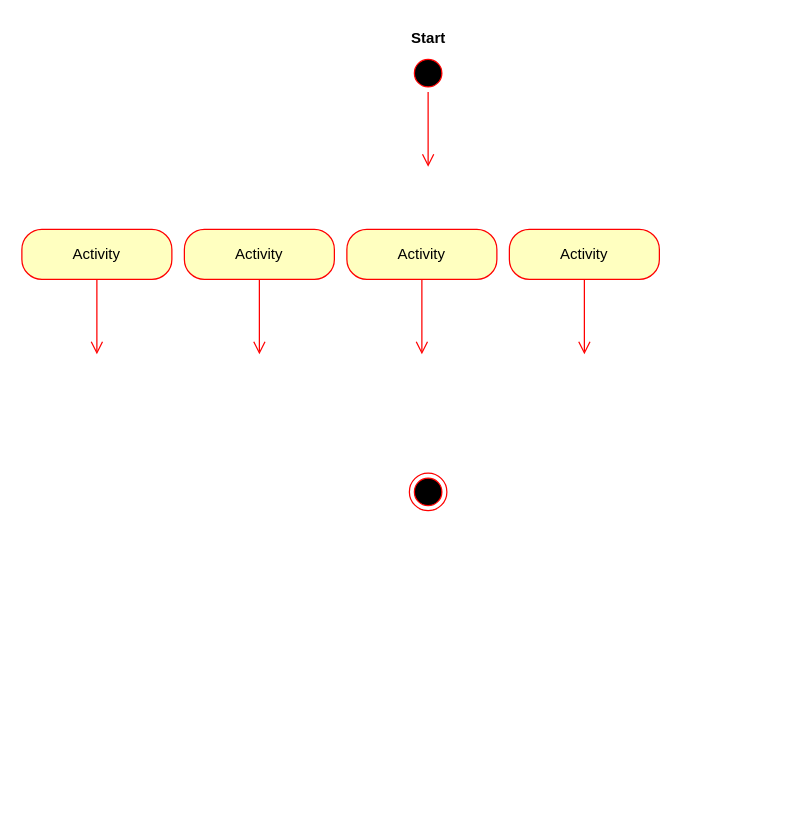
This is Project - Agile Software Engineering Diagram 4.drawio from Matasem-h/SimpleFlowcharts, a draw.io file, before an edit. Source tidied: cells renumbered, new cells numbered last; positions are measured from the earlier drawing's top-left corner, leaving out a move shared by most shapes. Both pictures are drawn from the tidied source at 125%, with x=0, y=0 at pixel (21, 21).
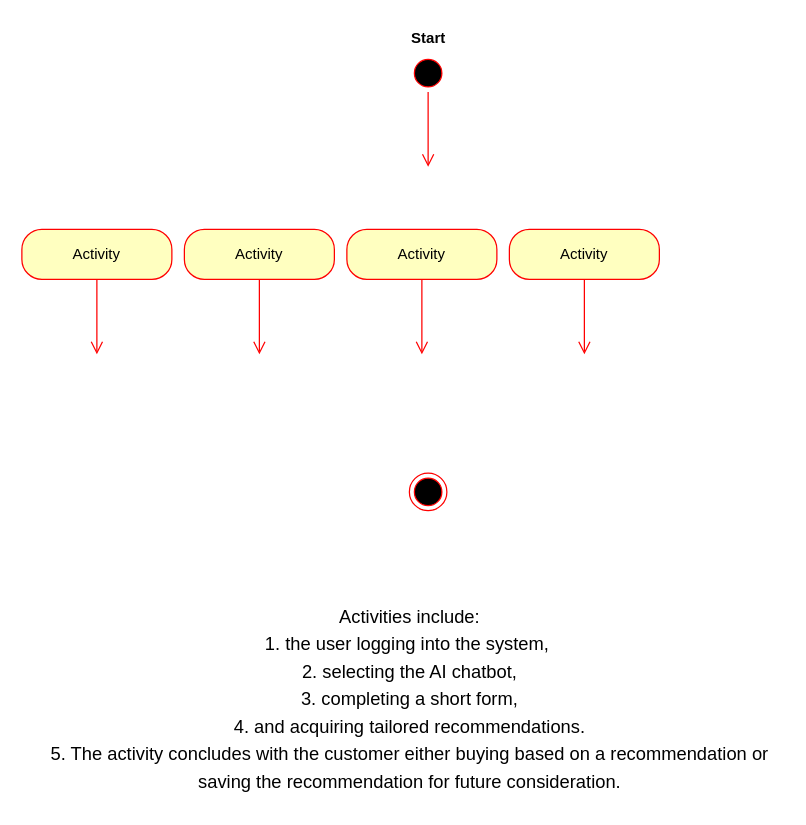
Above is the later version.

Change to the diagram source:
```diff
@@
 <mxGraphModel>
   <root>
     <mxCell id="0" />
     <mxCell id="1" parent="0" />
     <mxCell id="2" style="ellipse;html=1;shape=endState;fillColor=#000000;strokeColor=#ff0000;" parent="1" vertex="1">
       <mxGeometry x="310" y="361" width="30" height="30" as="geometry" />
     </mxCell>
     <mxCell id="3" style="ellipse;html=1;shape=startState;fillColor=#000000;strokeColor=#ff0000;" parent="1" vertex="1">
       <mxGeometry x="310" y="26" width="30" height="30" as="geometry" />
     </mxCell>
     <mxCell id="4" style="edgeStyle=orthogonalEdgeStyle;html=1;verticalAlign=bottom;endArrow=open;endSize=8;strokeColor=#ff0000;rounded=0;" parent="1" edge="1" source="3">
       <mxGeometry relative="1" as="geometry">
         <mxPoint x="325" y="116" as="targetPoint" />
       </mxGeometry>
     </mxCell>
     <mxCell id="5" value="Start" style="text;align=center;fontStyle=1;verticalAlign=middle;spacingLeft=3;spacingRight=3;strokeColor=none;html=1;" parent="1" vertex="1">
       <mxGeometry x="285" width="80" height="26" as="geometry" />
     </mxCell>
     <mxCell id="6" value="Activity" style="rounded=1;whiteSpace=wrap;html=1;arcSize=40;fontColor=#000000;fillColor=#ffffc0;strokeColor=#ff0000;" parent="1" vertex="1">
       <mxGeometry y="166" width="120" height="40" as="geometry" />
     </mxCell>
     <mxCell id="7" style="edgeStyle=orthogonalEdgeStyle;html=1;verticalAlign=bottom;endArrow=open;endSize=8;strokeColor=#ff0000;rounded=0;" parent="1" edge="1" source="6">
       <mxGeometry relative="1" as="geometry">
         <mxPoint x="60" y="266" as="targetPoint" />
       </mxGeometry>
     </mxCell>
     <mxCell id="8" value="Activity" style="rounded=1;whiteSpace=wrap;html=1;arcSize=40;fontColor=#000000;fillColor=#ffffc0;strokeColor=#ff0000;" parent="1" vertex="1">
       <mxGeometry x="130" y="166" width="120" height="40" as="geometry" />
     </mxCell>
     <mxCell id="9" style="edgeStyle=orthogonalEdgeStyle;html=1;verticalAlign=bottom;endArrow=open;endSize=8;strokeColor=#ff0000;rounded=0;" parent="1" edge="1" source="8">
       <mxGeometry relative="1" as="geometry">
         <mxPoint x="190" y="266" as="targetPoint" />
       </mxGeometry>
     </mxCell>
     <mxCell id="10" value="Activity" style="rounded=1;whiteSpace=wrap;html=1;arcSize=40;fontColor=#000000;fillColor=#ffffc0;strokeColor=#ff0000;" parent="1" vertex="1">
       <mxGeometry x="390" y="166" width="120" height="40" as="geometry" />
     </mxCell>
     <mxCell id="11" style="edgeStyle=orthogonalEdgeStyle;html=1;verticalAlign=bottom;endArrow=open;endSize=8;strokeColor=#ff0000;rounded=0;" parent="1" edge="1" source="10">
       <mxGeometry relative="1" as="geometry">
         <mxPoint x="450" y="266" as="targetPoint" />
       </mxGeometry>
     </mxCell>
     <mxCell id="12" value="Activity" style="rounded=1;whiteSpace=wrap;html=1;arcSize=40;fontColor=#000000;fillColor=#ffffc0;strokeColor=#ff0000;" parent="1" vertex="1">
       <mxGeometry x="260" y="166" width="120" height="40" as="geometry" />
     </mxCell>
     <mxCell id="13" style="edgeStyle=orthogonalEdgeStyle;html=1;verticalAlign=bottom;endArrow=open;endSize=8;strokeColor=#ff0000;rounded=0;" parent="1" edge="1" source="12">
       <mxGeometry relative="1" as="geometry">
         <mxPoint x="320" y="266" as="targetPoint" />
       </mxGeometry>
     </mxCell>
+    <mxCell id="14" value="&lt;div&gt;&lt;span style=&quot;font-size: 11pt; line-height: 150%; color: black;&quot;&gt;Activities include:&lt;/span&gt;&lt;/div&gt;&lt;div&gt;&lt;span style=&quot;font-size: 11pt; line-height: 150%; color: black;&quot;&gt;1. the user logging into the system,&amp;nbsp;&lt;/span&gt;&lt;/div&gt;&lt;div&gt;&lt;span style=&quot;font-size: 11pt; line-height: 150%; color: black;&quot;&gt;2. &lt;/span&gt;&lt;span style=&quot;font-size: 11pt; line-height: 150%; color: black;&quot;&gt;selecting the AI &lt;/span&gt;&lt;span style=&quot;font-size: 11pt; line-height: 150%; color: black;&quot;&gt;chatbot,&lt;/span&gt;&lt;/div&gt;&lt;div&gt;&lt;span style=&quot;font-size: 11pt; line-height: 150%; color: black;&quot;&gt;&amp;nbsp;3. completing a short form,&amp;nbsp;&lt;/span&gt;&lt;/div&gt;&lt;div&gt;&lt;span style=&quot;font-size: 11pt; line-height: 150%; color: black;&quot;&gt;4. and acquiring tailored recommendations.&lt;/span&gt;&lt;/div&gt;&lt;div&gt;&lt;span style=&quot;font-size: 11pt; line-height: 150%; color: black;&quot;&gt;5. The &lt;/span&gt;&lt;span style=&quot;font-size: 11pt; line-height: 150%; color: black;&quot;&gt;activity concludes with the customer either buying based on a recommendation or&lt;/span&gt;&lt;/div&gt;&lt;span style=&quot;font-size: 11pt; line-height: 150%; color: black;&quot;&gt;saving the recommendation for future consideration.&lt;/span&gt;" style="text;html=1;align=center;verticalAlign=middle;strokeColor=none;fillColor=none;" parent="1" vertex="1">
+      <mxGeometry x="10" y="456" width="600" height="170" as="geometry" />
+    </mxCell>
   </root>
 </mxGraphModel>
```
